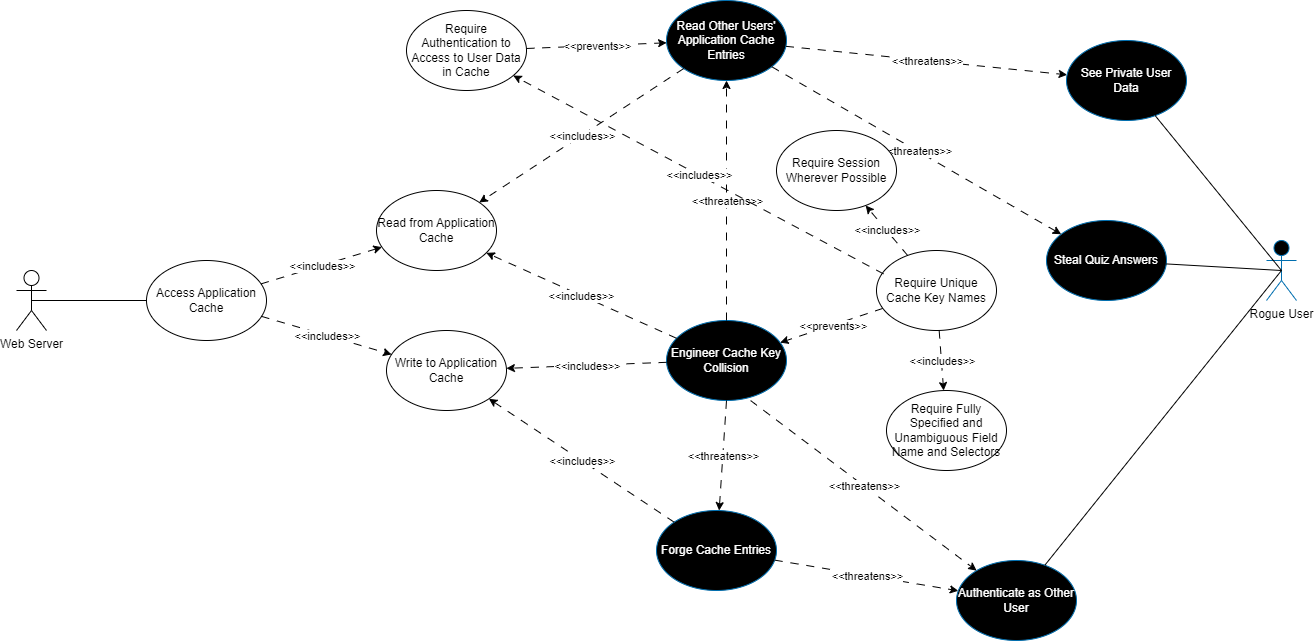
Before: Deliverables/Requirements for Software Security Engineering/Diagrams/Interaction-3-Diagram.png, a diagram exported from draw.io (jschrack/CYBR-8420). Source tidied: cells renumbered, new cells last; positions are measured from the earlier drawing's top-left corner, leaving out a move shared by most shapes.
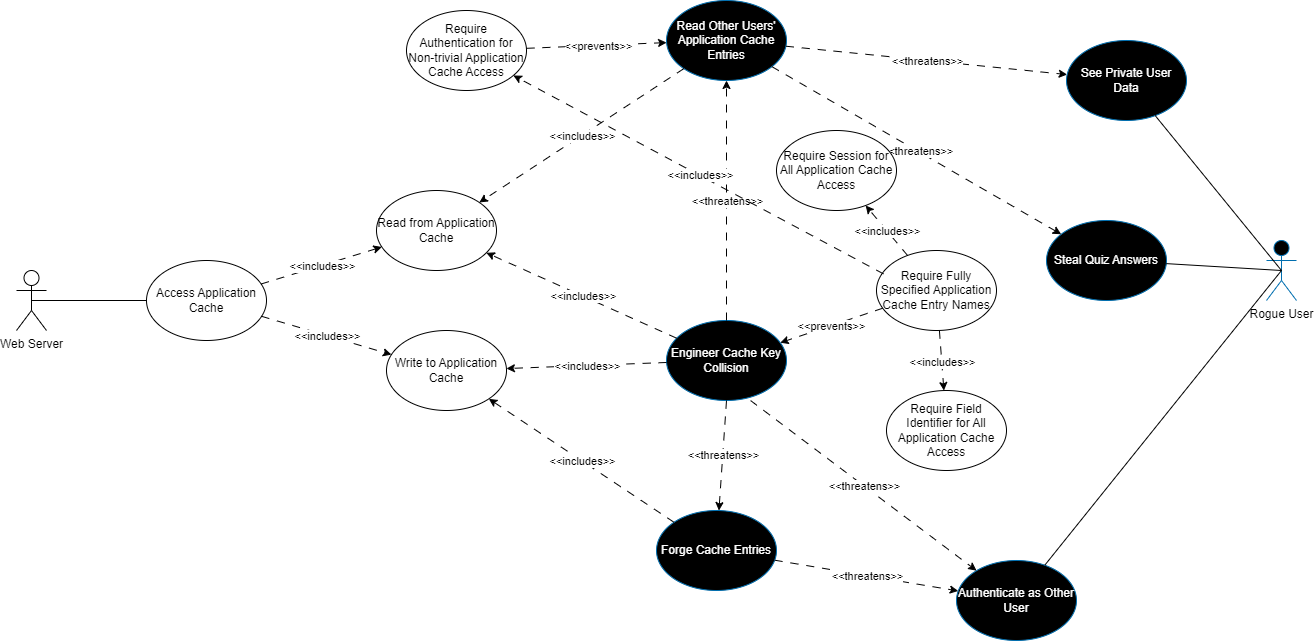
The same diagram one commit later.

What changed in the source:
```diff
@@ -119,10 +119,10 @@
     <mxCell id="40" style="endArrow=none;html=1;rounded=0;exitX=0.5;exitY=0.5;exitDx=0;exitDy=0;exitPerimeter=0;" parent="1" edge="1" source="11" target="23">
       <mxGeometry relative="1" as="geometry" />
     </mxCell>
-    <mxCell id="41" value="Require Authentication to Access to User Data in Cache" style="ellipse;whiteSpace=wrap;html=1;" parent="1" vertex="1">
+    <mxCell id="41" value="Require Authentication for Non-trivial Application Cache Access" style="ellipse;whiteSpace=wrap;html=1;" parent="1" vertex="1">
       <mxGeometry x="390" y="10" width="120" height="80" as="geometry" />
     </mxCell>
-    <mxCell id="42" value="Require Session Wherever Possible" style="ellipse;whiteSpace=wrap;html=1;" parent="1" vertex="1">
+    <mxCell id="42" value="Require Session for All Application Cache Access" style="ellipse;whiteSpace=wrap;html=1;" parent="1" vertex="1">
       <mxGeometry x="760" y="130" width="120" height="80" as="geometry" />
     </mxCell>
     <mxCell id="43" style="endArrow=classic;html=1;rounded=0;dashed=1;dashPattern=8 8;" parent="1" edge="1" source="41" target="14">
@@ -131,10 +131,10 @@
     <mxCell id="44" value="&amp;lt;&amp;lt;prevents&amp;gt;&amp;gt;" style="edgeLabel;html=1;align=center;verticalAlign=middle;" parent="43" vertex="1">
       <mxGeometry relative="1" as="geometry" />
     </mxCell>
-    <mxCell id="45" value="Require Fully Specified and Unambiguous Field Name and Selectors" style="ellipse;whiteSpace=wrap;html=1;" parent="1" vertex="1">
+    <mxCell id="45" value="Require Field Identifier for All Application Cache Access" style="ellipse;whiteSpace=wrap;html=1;" parent="1" vertex="1">
       <mxGeometry x="870" y="390" width="120" height="80" as="geometry" />
     </mxCell>
-    <mxCell id="46" value="Require Unique Cache Key Names" style="ellipse;whiteSpace=wrap;html=1;" parent="1" vertex="1">
+    <mxCell id="46" value="Require Fully Specified Application Cache Entry Names" style="ellipse;whiteSpace=wrap;html=1;" parent="1" vertex="1">
       <mxGeometry x="860" y="250" width="120" height="80" as="geometry" />
     </mxCell>
     <mxCell id="47" style="endArrow=classic;html=1;rounded=0;dashed=1;dashPattern=8 8;" parent="1" edge="1" source="46" target="19">
```
